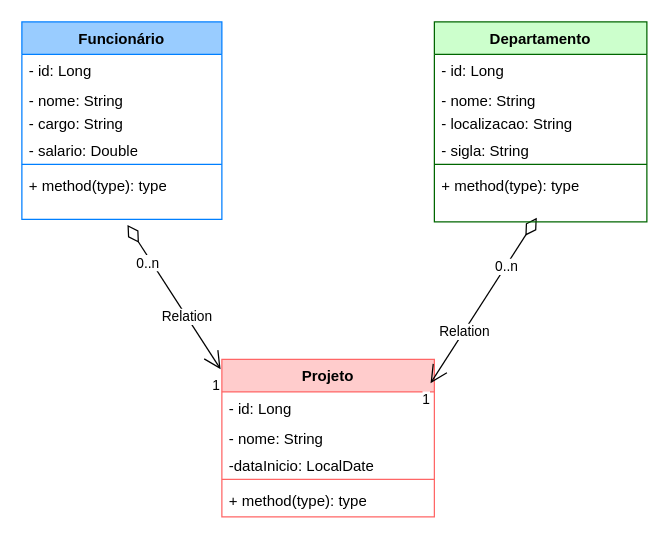
arthur-ferrari/departamento keeps this draw.io diagram as Diagrama.drawio. Above is the earlier version. Source tidied: cells renumbered, new cells numbered last; positions are measured from the earlier drawing's top-left corner, leaving out a move shared by most shapes. Both pictures are drawn from the tidied source at 125%, with x=0, y=0 at pixel (21, 21).
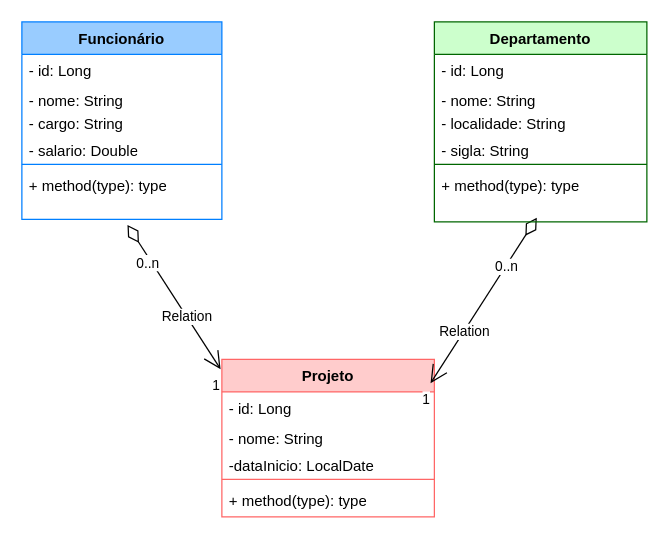
After the change.

The change refers to these unchanged cells:
```xml
<mxCell id="21" value="Departamento" style="swimlane;fontStyle=1;align=center;verticalAlign=top;horizontal=1;startSize=26;whiteSpace=wrap;html=1;fillColor=#CCFFCC;strokeColor=#006600;shadow=0;" parent="1" vertex="1">
  <mxGeometry x="330" width="170" height="160" as="geometry" />
</mxCell>
```

The edit, as a diff of the source:
```diff
@@
-    <mxCell id="24" value="- localizacao: String" style="text;strokeColor=none;fillColor=none;align=left;verticalAlign=top;spacingLeft=4;spacingRight=4;overflow=hidden;whiteSpace=wrap;html=1;" parent="21" vertex="1">
+    <mxCell id="24" value="- localidade: String" style="text;strokeColor=none;fillColor=none;align=left;verticalAlign=top;spacingLeft=4;spacingRight=4;overflow=hidden;whiteSpace=wrap;html=1;" parent="21" vertex="1">
       <mxGeometry y="68" width="170" height="22" as="geometry" />
     </mxCell>
```
